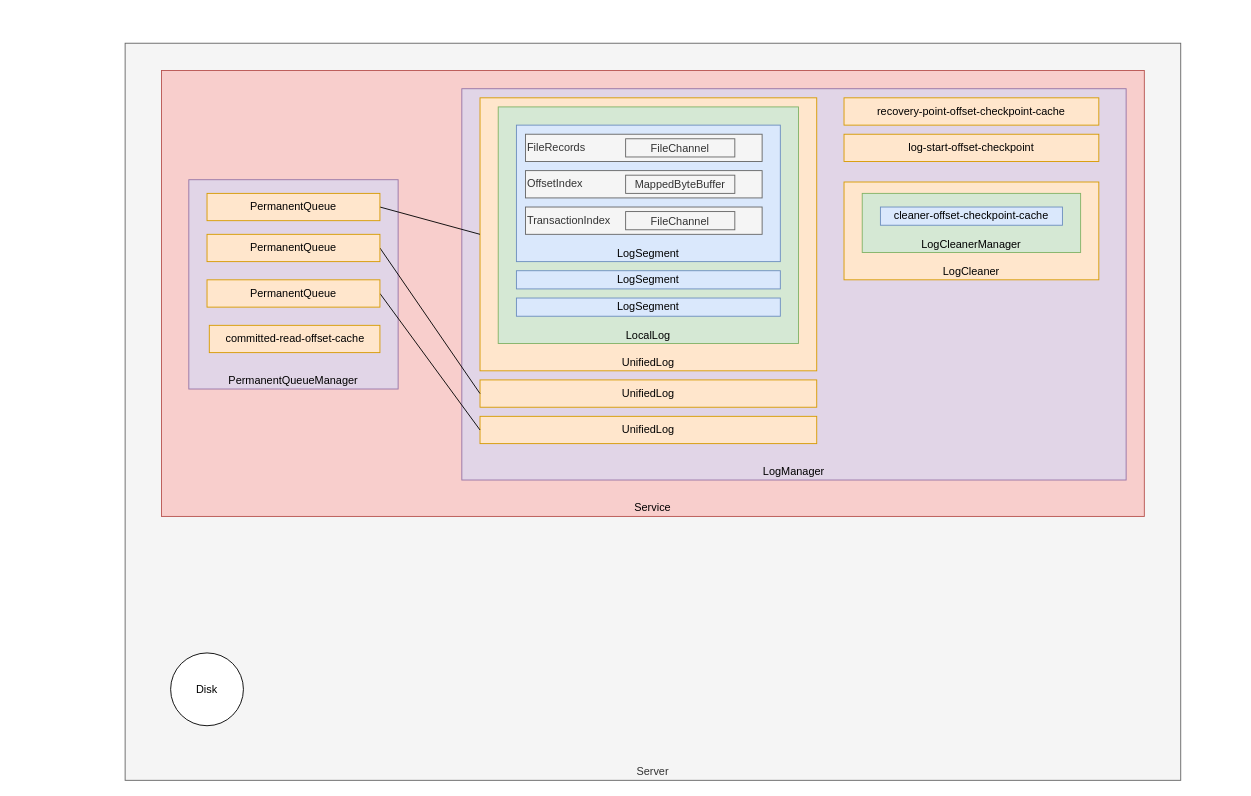
Earlier version of the draw.io diagram PermanentQueue.drawio (qingchao-kong/draw.io). Source tidied: cells renumbered, new cells numbered last; positions are measured from the earlier drawing's top-left corner, leaving out a move shared by most shapes. Both pictures are drawn from the tidied source at 91%, with x=0, y=0 at pixel (125, 43).
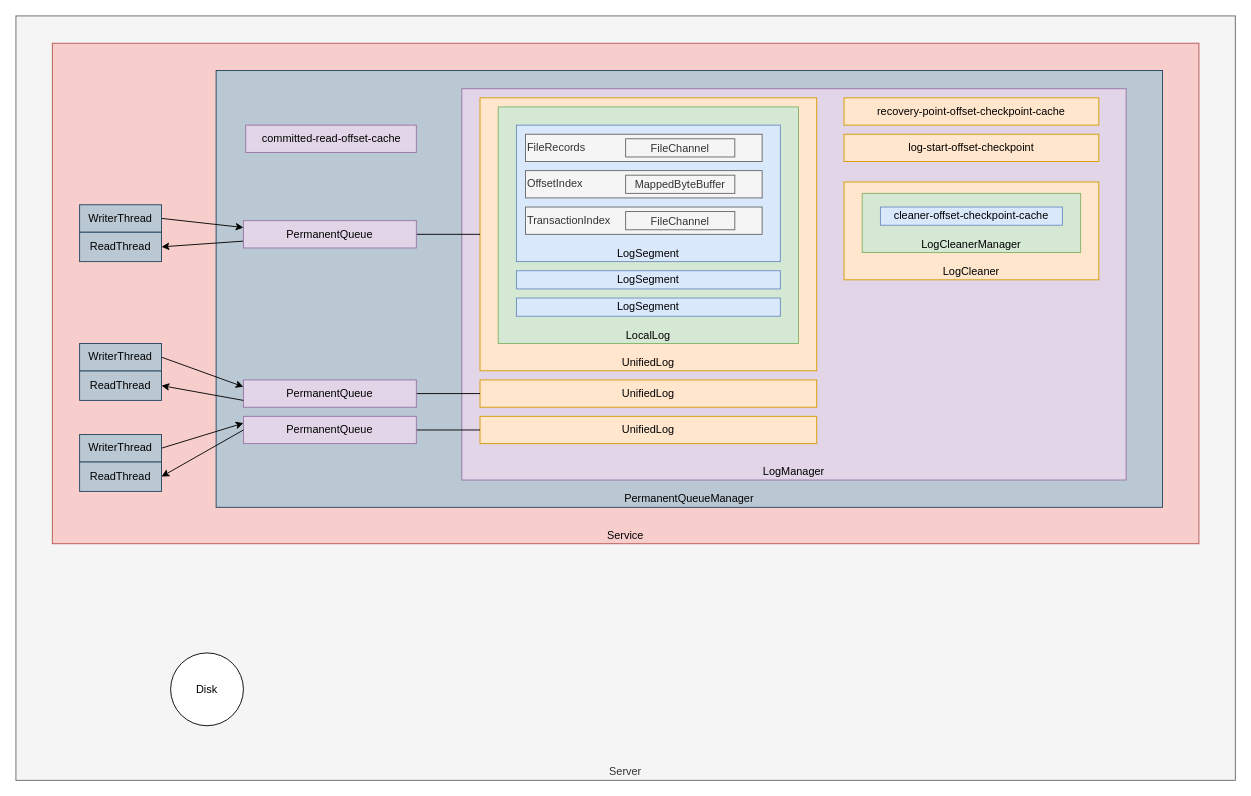
Above is the later version.

What changed in the source:
```diff
@@
     <mxCell id="2" value="Server" style="rounded=0;whiteSpace=wrap;html=1;verticalAlign=bottom;fillColor=#f5f5f5;fontColor=#333333;strokeColor=#666666;" parent="1" vertex="1">
-      <mxGeometry width="1160" height="810" as="geometry" />
+      <mxGeometry x="-120" y="-30" width="1340" height="840" as="geometry" />
     </mxCell>
     <mxCell id="3" value="Service" style="rounded=0;whiteSpace=wrap;html=1;verticalAlign=bottom;fillColor=#f8cecc;strokeColor=#b85450;" parent="1" vertex="1">
-      <mxGeometry x="40" y="30" width="1080" height="490" as="geometry" />
+      <mxGeometry x="-80" width="1260" height="550" as="geometry" />
     </mxCell>
+    <mxCell id="24" value="PermanentQueueManager" style="rounded=0;whiteSpace=wrap;html=1;verticalAlign=bottom;fillColor=#bac8d3;strokeColor=#23445d;" parent="1" vertex="1">
+      <mxGeometry x="100" y="30" width="1040" height="480" as="geometry" />
+    </mxCell>
@@
-    <mxCell id="24" value="PermanentQueueManager" style="rounded=0;whiteSpace=wrap;html=1;verticalAlign=bottom;fillColor=#e1d5e7;strokeColor=#9673a6;" parent="1" vertex="1">
-      <mxGeometry x="70" y="150" width="230" height="230" as="geometry" />
-    </mxCell>
@@
+    <mxCell id="32" style="edgeStyle=none;rounded=0;jettySize=auto;html=1;exitX=0;exitY=0.75;exitDx=0;exitDy=0;entryX=1;entryY=0.5;entryDx=0;entryDy=0;" parent="1" edge="1" source="26" target="33">
+      <mxGeometry relative="1" as="geometry" />
+    </mxCell>
-    <mxCell id="26" value="PermanentQueue" style="rounded=0;whiteSpace=wrap;html=1;verticalAlign=middle;fillColor=#ffe6cc;strokeColor=#d79b00;" parent="1" vertex="1">
-      <mxGeometry x="90" y="165" width="190" height="30" as="geometry" />
+    <mxCell id="26" value="PermanentQueue" style="rounded=0;whiteSpace=wrap;html=1;verticalAlign=middle;fillColor=#e1d5e7;strokeColor=#9673a6;" parent="1" vertex="1">
+      <mxGeometry x="130" y="195" width="190" height="30" as="geometry" />
     </mxCell>
-    <mxCell id="27" value="committed-read-offset-cache" style="rounded=0;whiteSpace=wrap;html=1;verticalAlign=middle;fillColor=#ffe6cc;strokeColor=#d79b00;" parent="1" vertex="1">
-      <mxGeometry x="92.5" y="310" width="187.5" height="30" as="geometry" />
+    <mxCell id="27" value="committed-read-offset-cache" style="rounded=0;whiteSpace=wrap;html=1;verticalAlign=middle;fillColor=#e1d5e7;strokeColor=#9673a6;" parent="1" vertex="1">
+      <mxGeometry x="132.5" y="90" width="187.5" height="30" as="geometry" />
     </mxCell>
@@
-    <mxCell id="29" value="PermanentQueue" style="rounded=0;whiteSpace=wrap;html=1;verticalAlign=middle;fillColor=#ffe6cc;strokeColor=#d79b00;" parent="1" vertex="1">
-      <mxGeometry x="90" y="210" width="190" height="30" as="geometry" />
+    <mxCell id="29" value="PermanentQueue" style="rounded=0;whiteSpace=wrap;html=1;verticalAlign=middle;fillColor=#e1d5e7;strokeColor=#9673a6;" parent="1" vertex="1">
+      <mxGeometry x="130" y="370" width="190" height="30" as="geometry" />
     </mxCell>
@@
-    <mxCell id="31" value="PermanentQueue" style="rounded=0;whiteSpace=wrap;html=1;verticalAlign=middle;fillColor=#ffe6cc;strokeColor=#d79b00;" parent="1" vertex="1">
-      <mxGeometry x="90" y="260" width="190" height="30" as="geometry" />
+    <mxCell id="31" value="PermanentQueue" style="rounded=0;whiteSpace=wrap;html=1;verticalAlign=middle;fillColor=#e1d5e7;strokeColor=#9673a6;" parent="1" vertex="1">
+      <mxGeometry x="130" y="410" width="190" height="30" as="geometry" />
     </mxCell>
+    <mxCell id="33" value="ReadThread" style="rounded=0;whiteSpace=wrap;html=1;verticalAlign=middle;fillColor=#bac8d3;strokeColor=#23445d;" parent="1" vertex="1">
+      <mxGeometry x="-50" y="207.5" width="90" height="32.5" as="geometry" />
+    </mxCell>
+    <mxCell id="34" style="rounded=0;jettySize=auto;html=1;exitX=1;exitY=0.5;exitDx=0;exitDy=0;entryX=0;entryY=0.25;entryDx=0;entryDy=0;" parent="1" edge="1" source="35" target="26">
+      <mxGeometry relative="1" as="geometry" />
+    </mxCell>
+    <mxCell id="35" value="WriterThread" style="rounded=0;whiteSpace=wrap;html=1;verticalAlign=middle;fillColor=#bac8d3;strokeColor=#23445d;" parent="1" vertex="1">
+      <mxGeometry x="-50" y="177.5" width="90" height="30" as="geometry" />
+    </mxCell>
+    <mxCell id="36" style="edgeStyle=none;rounded=0;jettySize=auto;html=1;exitX=0;exitY=0.75;exitDx=0;exitDy=0;entryX=1;entryY=0.5;entryDx=0;entryDy=0;" parent="1" edge="1" source="29" target="37">
+      <mxGeometry relative="1" as="geometry" />
+    </mxCell>
+    <mxCell id="37" value="ReadThread" style="rounded=0;whiteSpace=wrap;html=1;verticalAlign=middle;fillColor=#bac8d3;strokeColor=#23445d;" parent="1" vertex="1">
+      <mxGeometry x="-50" y="360" width="90" height="32.5" as="geometry" />
+    </mxCell>
+    <mxCell id="38" style="rounded=0;jettySize=auto;html=1;exitX=1;exitY=0.5;exitDx=0;exitDy=0;entryX=0;entryY=0.25;entryDx=0;entryDy=0;" parent="1" edge="1" source="39" target="29">
+      <mxGeometry relative="1" as="geometry" />
+    </mxCell>
+    <mxCell id="39" value="WriterThread" style="rounded=0;whiteSpace=wrap;html=1;verticalAlign=middle;fillColor=#bac8d3;strokeColor=#23445d;" parent="1" vertex="1">
+      <mxGeometry x="-50" y="330" width="90" height="30" as="geometry" />
+    </mxCell>
+    <mxCell id="40" style="edgeStyle=none;rounded=0;jettySize=auto;html=1;exitX=0;exitY=0.5;exitDx=0;exitDy=0;entryX=1;entryY=0.5;entryDx=0;entryDy=0;" parent="1" edge="1" source="31" target="41">
+      <mxGeometry relative="1" as="geometry" />
+    </mxCell>
+    <mxCell id="41" value="ReadThread" style="rounded=0;whiteSpace=wrap;html=1;verticalAlign=middle;fillColor=#bac8d3;strokeColor=#23445d;" parent="1" vertex="1">
+      <mxGeometry x="-50" y="460" width="90" height="32.5" as="geometry" />
+    </mxCell>
+    <mxCell id="42" style="rounded=0;jettySize=auto;html=1;exitX=1;exitY=0.5;exitDx=0;exitDy=0;entryX=0;entryY=0.25;entryDx=0;entryDy=0;" parent="1" edge="1" source="43" target="31">
+      <mxGeometry relative="1" as="geometry" />
+    </mxCell>
+    <mxCell id="43" value="WriterThread" style="rounded=0;whiteSpace=wrap;html=1;verticalAlign=middle;fillColor=#bac8d3;strokeColor=#23445d;" parent="1" vertex="1">
+      <mxGeometry x="-50" y="430" width="90" height="30" as="geometry" />
+    </mxCell>
```
